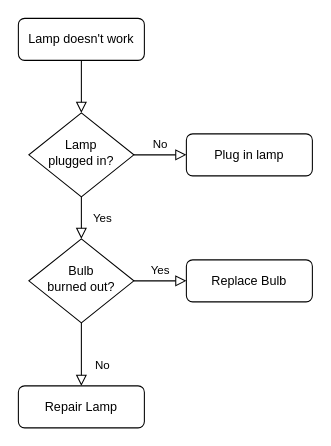
The draw.io diagram page "Page-1" (1 of 2) of draws/fandou/test.drawio in fortianwei/draw.io, before the edit. Source tidied: cells renumbered, new cells numbered last; positions are measured from the earlier drawing's top-left corner, leaving out a move shared by most shapes. Both pictures are drawn from the tidied source at 105%, with x=0, y=0 at pixel (18, 18).
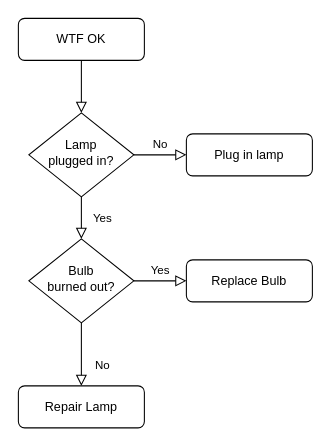
The same diagram, later.

Change to the diagram source:
```diff
@@
 <mxGraphModel>
   <root>
     <mxCell id="0" />
     <mxCell id="1" parent="0" />
     <mxCell id="2" style="rounded=0;html=1;jettySize=auto;fontSize=11;endArrow=block;endFill=0;endSize=8;strokeWidth=1;shadow=0;labelBackgroundColor=none;edgeStyle=orthogonalEdgeStyle;" parent="1" edge="1" source="3" target="6">
       <mxGeometry relative="1" as="geometry" />
     </mxCell>
-    <mxCell id="3" value="Lamp doesn't work" style="rounded=1;whiteSpace=wrap;html=1;fontSize=12;glass=0;strokeWidth=1;shadow=0;" parent="1" vertex="1">
+    <mxCell id="3" value="WTF OK" style="rounded=1;whiteSpace=wrap;html=1;fontSize=12;glass=0;strokeWidth=1;shadow=0;" parent="1" vertex="1">
       <mxGeometry width="120" height="40" as="geometry" />
     </mxCell>
     <mxCell id="4" value="Yes" style="rounded=0;html=1;jettySize=auto;fontSize=11;endArrow=block;endFill=0;endSize=8;strokeWidth=1;shadow=0;labelBackgroundColor=none;edgeStyle=orthogonalEdgeStyle;" parent="1" edge="1" source="6" target="10">
       <mxGeometry y="20" relative="1" as="geometry" />
     </mxCell>
     <mxCell id="5" value="No" style="edgeStyle=orthogonalEdgeStyle;rounded=0;html=1;jettySize=auto;fontSize=11;endArrow=block;endFill=0;endSize=8;strokeWidth=1;shadow=0;labelBackgroundColor=none;" parent="1" edge="1" source="6" target="7">
       <mxGeometry y="10" relative="1" as="geometry" />
     </mxCell>
     <mxCell id="6" value="Lamp&lt;br&gt;plugged in?" style="rhombus;whiteSpace=wrap;html=1;shadow=0;fontFamily=Helvetica;fontSize=12;align=center;strokeWidth=1;spacing=6;spacingTop=-4;" parent="1" vertex="1">
       <mxGeometry x="10" y="90" width="100" height="80" as="geometry" />
     </mxCell>
     <mxCell id="7" value="Plug in lamp" style="rounded=1;whiteSpace=wrap;html=1;fontSize=12;glass=0;strokeWidth=1;shadow=0;" parent="1" vertex="1">
       <mxGeometry x="160" y="110" width="120" height="40" as="geometry" />
     </mxCell>
     <mxCell id="8" value="No" style="rounded=0;html=1;jettySize=auto;fontSize=11;endArrow=block;endFill=0;endSize=8;strokeWidth=1;shadow=0;labelBackgroundColor=none;edgeStyle=orthogonalEdgeStyle;" parent="1" edge="1" source="10" target="11">
       <mxGeometry x="0.33" y="20" relative="1" as="geometry" />
     </mxCell>
     <mxCell id="9" value="Yes" style="edgeStyle=orthogonalEdgeStyle;rounded=0;html=1;jettySize=auto;fontSize=11;endArrow=block;endFill=0;endSize=8;strokeWidth=1;shadow=0;labelBackgroundColor=none;" parent="1" edge="1" source="10" target="12">
       <mxGeometry y="10" relative="1" as="geometry" />
     </mxCell>
     <mxCell id="10" value="Bulb&lt;br&gt;burned out?" style="rhombus;whiteSpace=wrap;html=1;shadow=0;fontFamily=Helvetica;fontSize=12;align=center;strokeWidth=1;spacing=6;spacingTop=-4;" parent="1" vertex="1">
       <mxGeometry x="10" y="210" width="100" height="80" as="geometry" />
     </mxCell>
     <mxCell id="11" value="Repair Lamp" style="rounded=1;whiteSpace=wrap;html=1;fontSize=12;glass=0;strokeWidth=1;shadow=0;" parent="1" vertex="1">
       <mxGeometry y="350" width="120" height="40" as="geometry" />
     </mxCell>
     <mxCell id="12" value="Replace Bulb" style="rounded=1;whiteSpace=wrap;html=1;fontSize=12;glass=0;strokeWidth=1;shadow=0;" parent="1" vertex="1">
       <mxGeometry x="160" y="230" width="120" height="40" as="geometry" />
     </mxCell>
   </root>
 </mxGraphModel>
```
